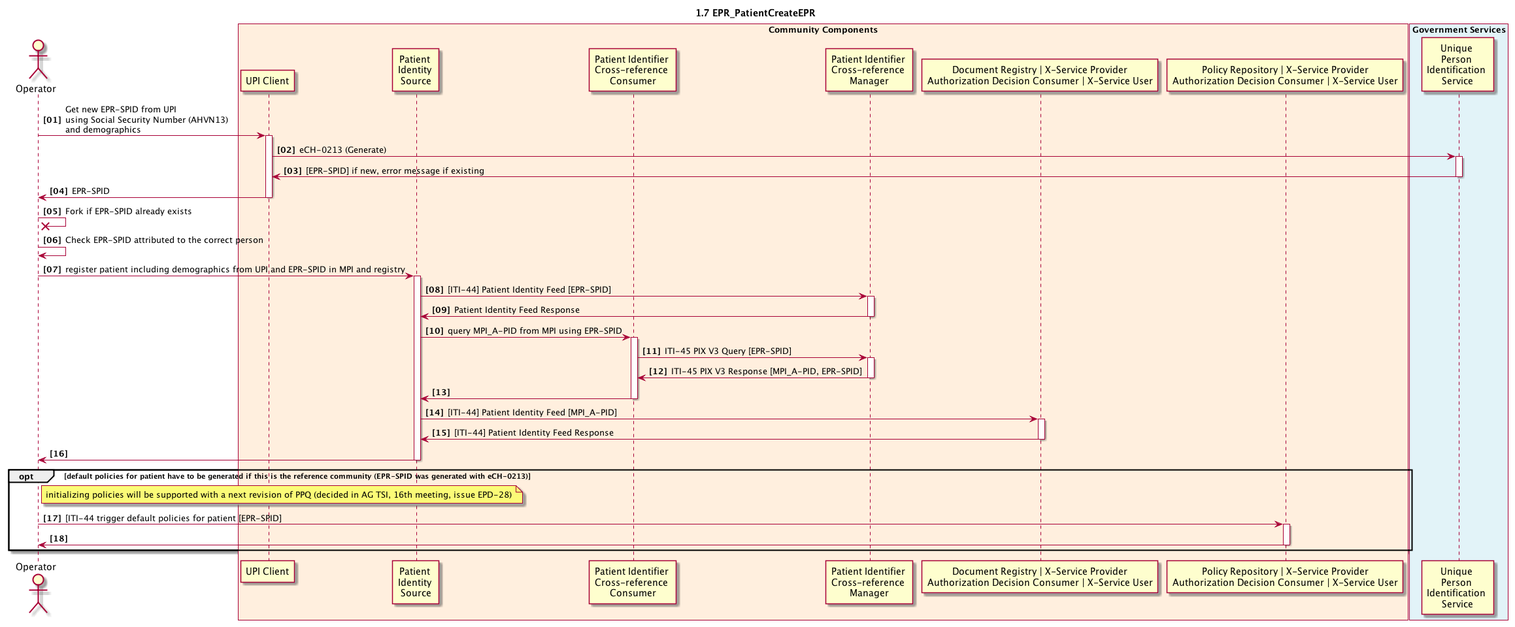
Earlier version of the PlantUML export 1_07_EPR_PatientCreateEPR.plantuml.png (ahdis/ch-epr-seqdiag).
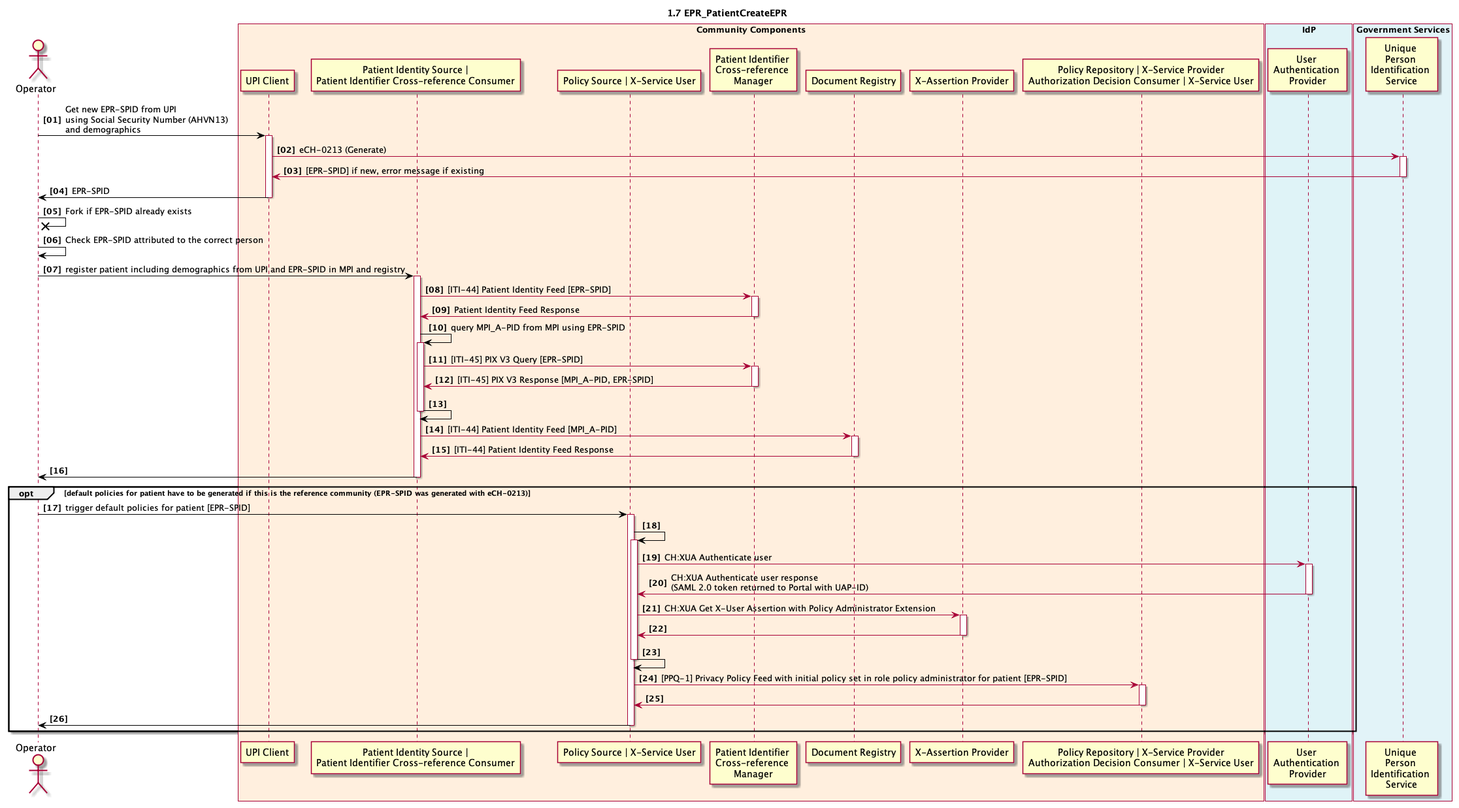
Later version of the same file.

The edit, as a diff of the source:
```diff
@@ -7,62 +7,84 @@
 
 box "Community Components" #FFEFDE
 	participant cc_upi_client as "UPI Client"
-	participant cc_mpi_source as "Patient \nIdentity \nSource"
-	participant cc_pix_x_ref_consumer as "Patient Identifier \nCross-reference \nConsumer"
+	participant cc_mpi_source as "Patient Identity Source |\nPatient Identifier Cross-reference Consumer"
+	participant cc_ppq_policy_source as "Policy Source | X-Service User"
 	participant cc_mpi_x_ref_manager as "Patient Identifier \nCross-reference \nManager"
-	participant cc_doc_registry as "Document Registry | X-Service Provider\nAuthorization Decision Consumer | X-Service User"
+	participant cc_doc_registry as "Document Registry"
+	participant cc_x_assertion_provider as "X-Assertion Provider"
 	participant cc_ppq_policy_repository as "Policy Repository | X-Service Provider\nAuthorization Decision Consumer | X-Service User"
+end box
+
+box "IdP" #DFF3F7
+	participant idp_user_authentication_provider as "User \nAuthentication \nProvider"
 end box
 
 box "Government Services" #E2F3F8
 	participant gs_upi as "Unique \nPerson \nIdentification \nService"
 end box
 
-admin -> cc_upi_client: Get new EPR-SPID from UPI \nusing Social Security Number (AHVN13) \nand demographics
+admin -[#black]> cc_upi_client: Get new EPR-SPID from UPI \nusing Social Security Number (AHVN13) \nand demographics
 activate cc_upi_client
 cc_upi_client -> gs_upi:eCH-0213 (Generate)
 activate gs_upi
 cc_upi_client <- gs_upi: [EPR-SPID] if new, error message if existing
 deactivate gs_upi
-admin <- cc_upi_client: EPR-SPID
+admin <[#black]- cc_upi_client: EPR-SPID
 deactivate cc_upi_client
 
-admin ->x admin: Fork if EPR-SPID already exists
+admin -[#black]>x admin: Fork if EPR-SPID already exists
 
-admin -> admin: Check EPR-SPID attributed to the correct person
+admin -[#black]> admin: Check EPR-SPID attributed to the correct person
 
 
-admin -> cc_mpi_source: register patient including demographics from UPI and EPR-SPID in MPI and registry
+admin -[#black]> cc_mpi_source: register patient including demographics from UPI and EPR-SPID in MPI and registry
 activate cc_mpi_source
 cc_mpi_source -> cc_mpi_x_ref_manager: [ITI-44] Patient Identity Feed [EPR-SPID]
 activate cc_mpi_x_ref_manager
 cc_mpi_source <- cc_mpi_x_ref_manager: Patient Identity Feed Response
 deactivate cc_mpi_x_ref_manager
 
-cc_mpi_source -> cc_pix_x_ref_consumer: query MPI_A-PID from MPI using EPR-SPID
-activate cc_pix_x_ref_consumer
-cc_pix_x_ref_consumer -> cc_mpi_x_ref_manager: ITI-45 PIX V3 Query [EPR-SPID]
+cc_mpi_source -[#black]> cc_mpi_source: query MPI_A-PID from MPI using EPR-SPID
+activate cc_mpi_source
+cc_mpi_source -> cc_mpi_x_ref_manager: [ITI-45] PIX V3 Query [EPR-SPID]
 activate cc_mpi_x_ref_manager
-cc_pix_x_ref_consumer <- cc_mpi_x_ref_manager: ITI-45 PIX V3 Response [MPI_A-PID, EPR-SPID]
+cc_mpi_source <- cc_mpi_x_ref_manager: [ITI-45] PIX V3 Response [MPI_A-PID, EPR-SPID]
 deactivate cc_mpi_x_ref_manager
-cc_mpi_source <- cc_pix_x_ref_consumer
-deactivate cc_pix_x_ref_consumer
+cc_mpi_source <[#black]- cc_mpi_source
+deactivate cc_mpi_source
 
 cc_mpi_source -> cc_doc_registry: [ITI-44] Patient Identity Feed [MPI_A-PID]
 activate cc_doc_registry
 cc_mpi_source <- cc_doc_registry: [ITI-44] Patient Identity Feed Response
 deactivate cc_doc_registry
 
-admin <- cc_mpi_source
+admin <[#black]- cc_mpi_source
 deactivate cc_mpi_source
 
 
 opt default policies for patient have to be generated if this is the reference community (EPR-SPID was generated with eCH-0213)
-note right admin: initializing policies will be supported with a next revision of PPQ (decided in AG TSI, 16th meeting, issue EPD-28)
-  admin -> cc_ppq_policy_repository: [ITI-44 trigger default policies for patient [EPR-SPID]
+  admin -[#black]> cc_ppq_policy_source: trigger default policies for patient [EPR-SPID]
+  activate cc_ppq_policy_source
+  cc_ppq_policy_source -[#black]> cc_ppq_policy_source
+  activate cc_ppq_policy_source
+  cc_ppq_policy_source -> idp_user_authentication_provider : CH:XUA Authenticate user
+  activate idp_user_authentication_provider
+  cc_ppq_policy_source <- idp_user_authentication_provider : CH:XUA Authenticate user response \n(SAML 2.0 token returned to Portal with UAP-ID)
+  deactivate idp_user_authentication_provider
+  cc_ppq_policy_source -> cc_x_assertion_provider:  CH:XUA Get X-User Assertion with Policy Administrator Extension
+  activate cc_x_assertion_provider
+  cc_ppq_policy_source <- cc_x_assertion_provider
+  deactivate cc_x_assertion_provider
+  cc_ppq_policy_source <[#black]- cc_ppq_policy_source
+  deactivate cc_ppq_policy_source
+  cc_ppq_policy_source -> cc_ppq_policy_repository: [PPQ-1] Privacy Policy Feed with initial policy set in role policy administrator for patient [EPR-SPID]
   activate cc_ppq_policy_repository
-  admin <- cc_ppq_policy_repository
+  cc_ppq_policy_source <- cc_ppq_policy_repository
   deactivate cc_ppq_policy_repository
+  admin <[#black]- cc_ppq_policy_source
+  deactivate cc_ppq_policy_source
 end
 
+
+
 @enduml
```
